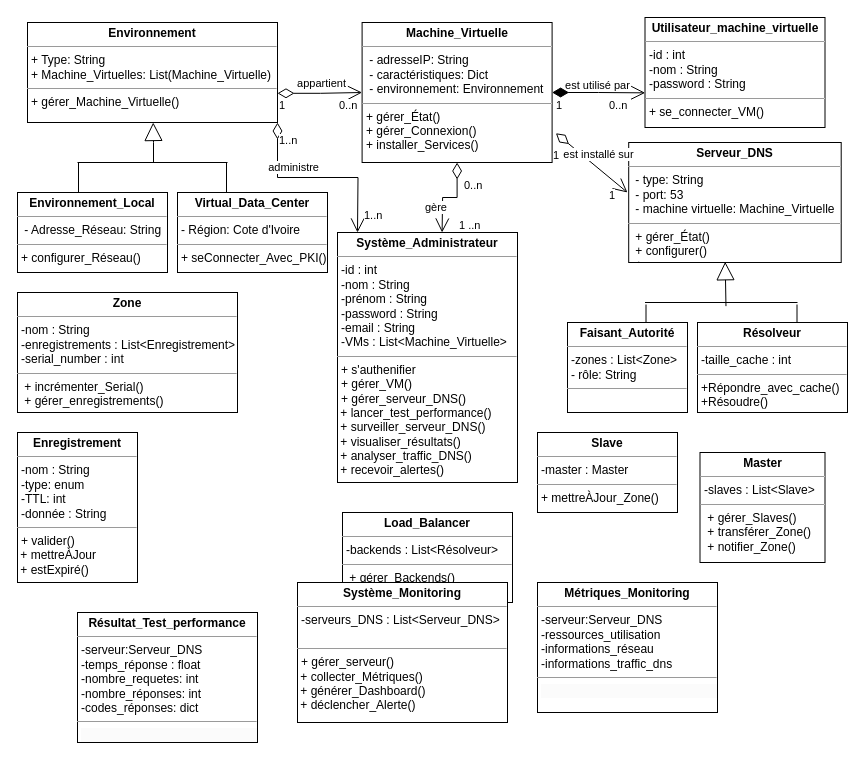
This is Diagramme sans nom.drawio from eya-harbaoui/Diagramms, a draw.io file, before an edit. Source tidied: cells renumbered, new cells numbered last; positions are measured from the earlier drawing's top-left corner, leaving out a move shared by most shapes. Both pictures are drawn from the tidied source at 100%, with x=0, y=0 at pixel (17, 17).
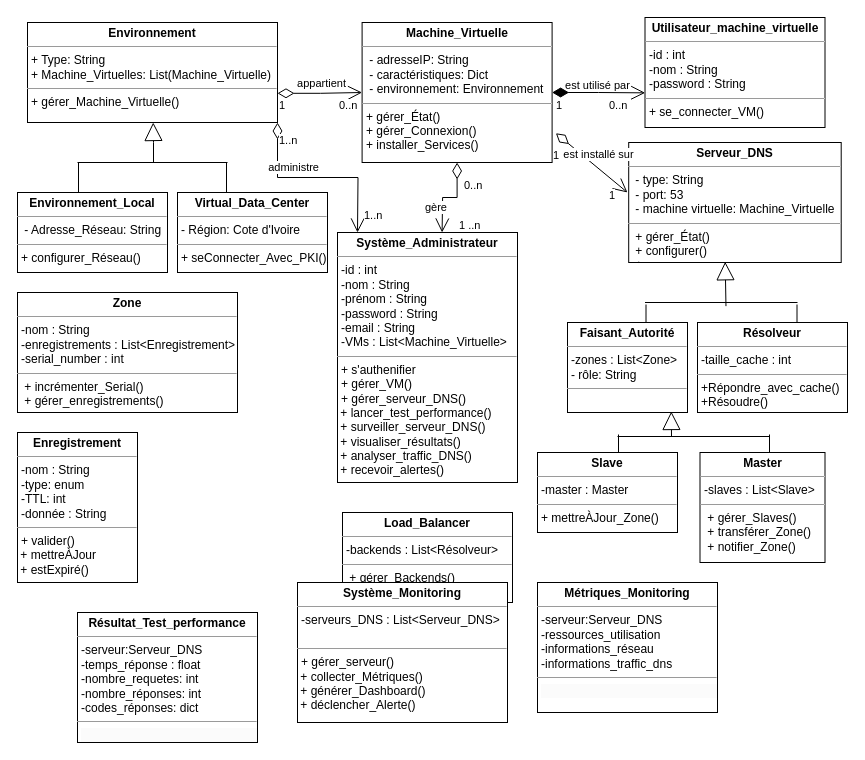
The same page after the edit.

Commit message (it also covers changes not shown here):
Mettre à jour Diagramme sans nom.drawio

Change to the diagram source:
```diff
@@
     <mxCell id="9" value="&lt;p style=&quot;margin:0px;margin-top:4px;text-align:center;&quot;&gt;&lt;b&gt;Slave&lt;/b&gt;&lt;/p&gt;&lt;hr size=&quot;1&quot;&gt;&lt;p style=&quot;margin:0px;margin-left:4px;&quot;&gt;-master : Master&lt;/p&gt;&lt;hr size=&quot;1&quot;&gt;&lt;p style=&quot;margin:0px;margin-left:4px;&quot;&gt;&lt;span style=&quot;background-color: initial;&quot;&gt;+&amp;nbsp;&lt;/span&gt;&lt;span style=&quot;text-wrap: wrap; background-color: initial;&quot;&gt;mettreÀJour&lt;/span&gt;&lt;span style=&quot;background-color: initial;&quot;&gt;_Zone()&lt;/span&gt;&lt;/p&gt;&lt;p style=&quot;margin:0px;margin-left:4px;&quot;&gt;&lt;br&gt;&lt;/p&gt;" style="verticalAlign=top;align=left;overflow=fill;fontSize=12;fontFamily=Helvetica;html=1;rounded=0;shadow=0;comic=0;labelBackgroundColor=none;strokeWidth=1;" parent="1" vertex="1">
-      <mxGeometry x="520" y="415" width="140" height="80" as="geometry" />
+      <mxGeometry x="520" y="435" width="140" height="80" as="geometry" />
     </mxCell>
@@
+    <mxCell id="47" style="line;strokeWidth=1;fillColor=none;align=left;verticalAlign=middle;spacingTop=-1;spacingLeft=3;spacingRight=3;labelPosition=right;strokeColor=inherit;" parent="1" vertex="1">
+      <mxGeometry x="600" y="415" width="152.5" height="8" as="geometry" />
+    </mxCell>
+    <mxCell id="48" style="endArrow=none;html=1;rounded=0;" parent="1" edge="1">
+      <mxGeometry relative="1" as="geometry">
+        <mxPoint x="601" y="417" as="sourcePoint" />
+        <mxPoint x="601" y="435" as="targetPoint" />
+      </mxGeometry>
+    </mxCell>
+    <mxCell id="49" style="endArrow=none;html=1;rounded=0;" parent="1" edge="1">
+      <mxGeometry relative="1" as="geometry">
+        <mxPoint x="752" y="417" as="sourcePoint" />
+        <mxPoint x="752" y="435" as="targetPoint" />
+      </mxGeometry>
+    </mxCell>
+    <mxCell id="50" style="endArrow=block;endSize=16;endFill=0;html=1;rounded=0;entryX=0.454;entryY=0.994;entryDx=0;entryDy=0;entryPerimeter=0;" parent="1" edge="1">
+      <mxGeometry relative="1" as="geometry">
+        <mxPoint x="654" y="419" as="sourcePoint" />
+        <mxPoint x="653.8" y="394" as="targetPoint" />
+      </mxGeometry>
+    </mxCell>
```
